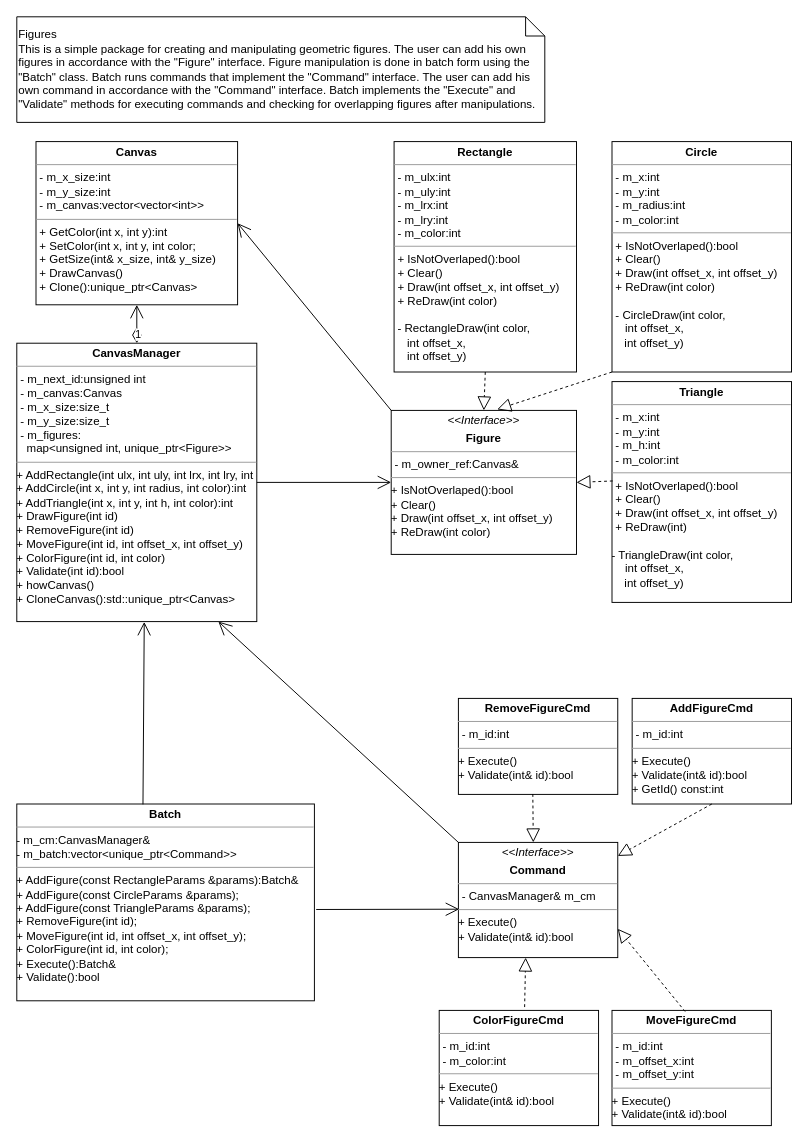
Before: docs/figure_class.drawio in slawek-m/figures, a draw.io diagram. Source tidied: cells renumbered, new cells numbered last; positions are measured from the earlier drawing's top-left corner, leaving out a move shared by most shapes. Both pictures are drawn from the tidied source at 96%, with x=0, y=0 at pixel (16, 16).
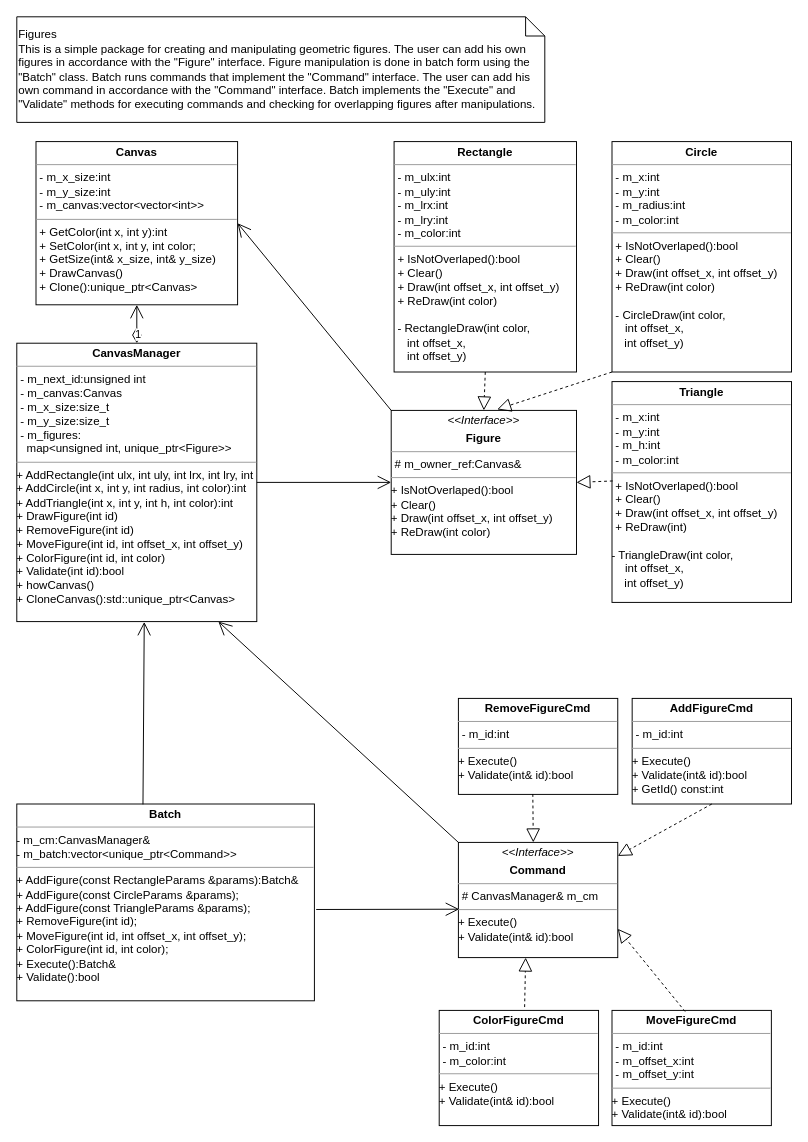
The same page after the edit.

Change to the diagram source:
```diff
@@
-    <mxCell id="2" value="&lt;p style=&quot;margin:0px;margin-top:4px;text-align:center;&quot;&gt;&lt;i&gt;&amp;lt;&amp;lt;Interface&amp;gt;&amp;gt;&lt;/i&gt;&lt;/p&gt;&lt;p style=&quot;margin:0px;margin-top:4px;text-align:center;&quot;&gt;&lt;b&gt;Figure&lt;/b&gt;&lt;br&gt;&lt;/p&gt;&lt;hr size=&quot;1&quot;&gt;&lt;p style=&quot;margin:0px;margin-left:4px;&quot;&gt;- m_owner_ref:Canvas&amp;amp;&lt;br&gt;&lt;/p&gt;&lt;hr size=&quot;1&quot;&gt;+ IsNotOverlaped():bool&lt;br&gt;+ Clear()&lt;br&gt;+ Draw(int offset_x, int offset_y)&lt;br&gt;+ ReDraw(int color)" style="verticalAlign=top;align=left;overflow=fill;fontSize=12;fontFamily=Helvetica;html=1;" parent="1" vertex="1">
+    <mxCell id="2" value="&lt;p style=&quot;margin:0px;margin-top:4px;text-align:center;&quot;&gt;&lt;i&gt;&amp;lt;&amp;lt;Interface&amp;gt;&amp;gt;&lt;/i&gt;&lt;/p&gt;&lt;p style=&quot;margin:0px;margin-top:4px;text-align:center;&quot;&gt;&lt;b&gt;Figure&lt;/b&gt;&lt;br&gt;&lt;/p&gt;&lt;hr size=&quot;1&quot;&gt;&lt;p style=&quot;margin:0px;margin-left:4px;&quot;&gt;# m_owner_ref:Canvas&amp;amp;&lt;br&gt;&lt;/p&gt;&lt;hr size=&quot;1&quot;&gt;+ IsNotOverlaped():bool&lt;br&gt;+ Clear()&lt;br&gt;+ Draw(int offset_x, int offset_y)&lt;br&gt;+ ReDraw(int color)" style="verticalAlign=top;align=left;overflow=fill;fontSize=12;fontFamily=Helvetica;html=1;" parent="1" vertex="1">
       <mxGeometry x="390" y="410" width="193" height="150" as="geometry" />
     </mxCell>
@@
-    <mxCell id="8" value="&lt;p style=&quot;margin:0px;margin-top:4px;text-align:center;&quot;&gt;&lt;i&gt;&amp;lt;&amp;lt;Interface&amp;gt;&amp;gt;&lt;/i&gt;&lt;/p&gt;&lt;p style=&quot;margin:0px;margin-top:4px;text-align:center;&quot;&gt;&lt;b&gt;Command&lt;/b&gt;&lt;br&gt;&lt;/p&gt;&lt;hr size=&quot;1&quot;&gt;&lt;p style=&quot;margin:0px;margin-left:4px;&quot;&gt;- CanvasManager&amp;amp; m_cm&lt;br&gt;&lt;/p&gt;&lt;hr size=&quot;1&quot;&gt;+ Execute()&lt;br&gt;+ Validate(int&amp;amp; id):bool" style="verticalAlign=top;align=left;overflow=fill;fontSize=12;fontFamily=Helvetica;html=1;" parent="1" vertex="1">
+    <mxCell id="8" value="&lt;p style=&quot;margin:0px;margin-top:4px;text-align:center;&quot;&gt;&lt;i&gt;&amp;lt;&amp;lt;Interface&amp;gt;&amp;gt;&lt;/i&gt;&lt;/p&gt;&lt;p style=&quot;margin:0px;margin-top:4px;text-align:center;&quot;&gt;&lt;b&gt;Command&lt;/b&gt;&lt;br&gt;&lt;/p&gt;&lt;hr size=&quot;1&quot;&gt;&lt;p style=&quot;margin:0px;margin-left:4px;&quot;&gt;# CanvasManager&amp;amp; m_cm&lt;br&gt;&lt;/p&gt;&lt;hr size=&quot;1&quot;&gt;+ Execute()&lt;br&gt;+ Validate(int&amp;amp; id):bool" style="verticalAlign=top;align=left;overflow=fill;fontSize=12;fontFamily=Helvetica;html=1;" parent="1" vertex="1">
       <mxGeometry x="460" y="860" width="166" height="120" as="geometry" />
     </mxCell>
```
